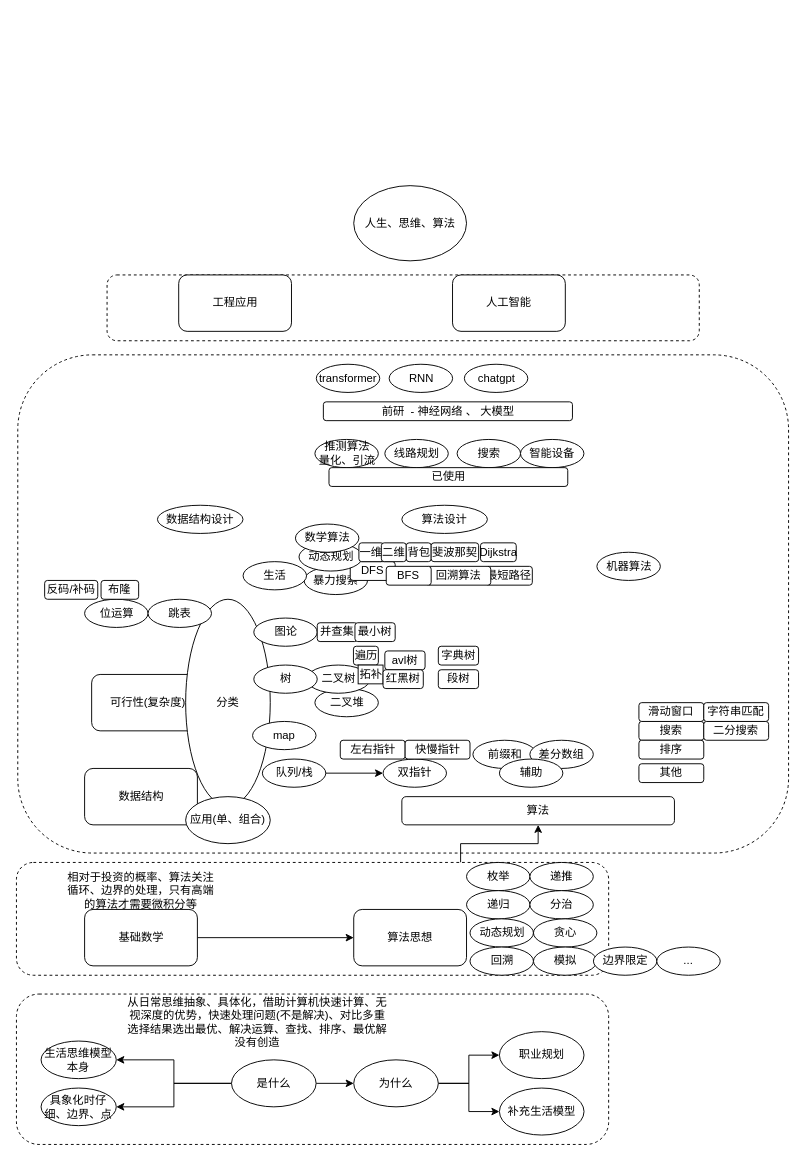
Before: menus/suanfamoxing.drawio in Asamiyaa/microservice-k8s-yun, a draw.io diagram. Source tidied: cells renumbered, new cells numbered last; positions are measured from the earlier drawing's top-left corner, leaving out a move shared by most shapes. Both pictures are drawn from the tidied source at 94%, with x=0, y=0 at pixel (16, 185).
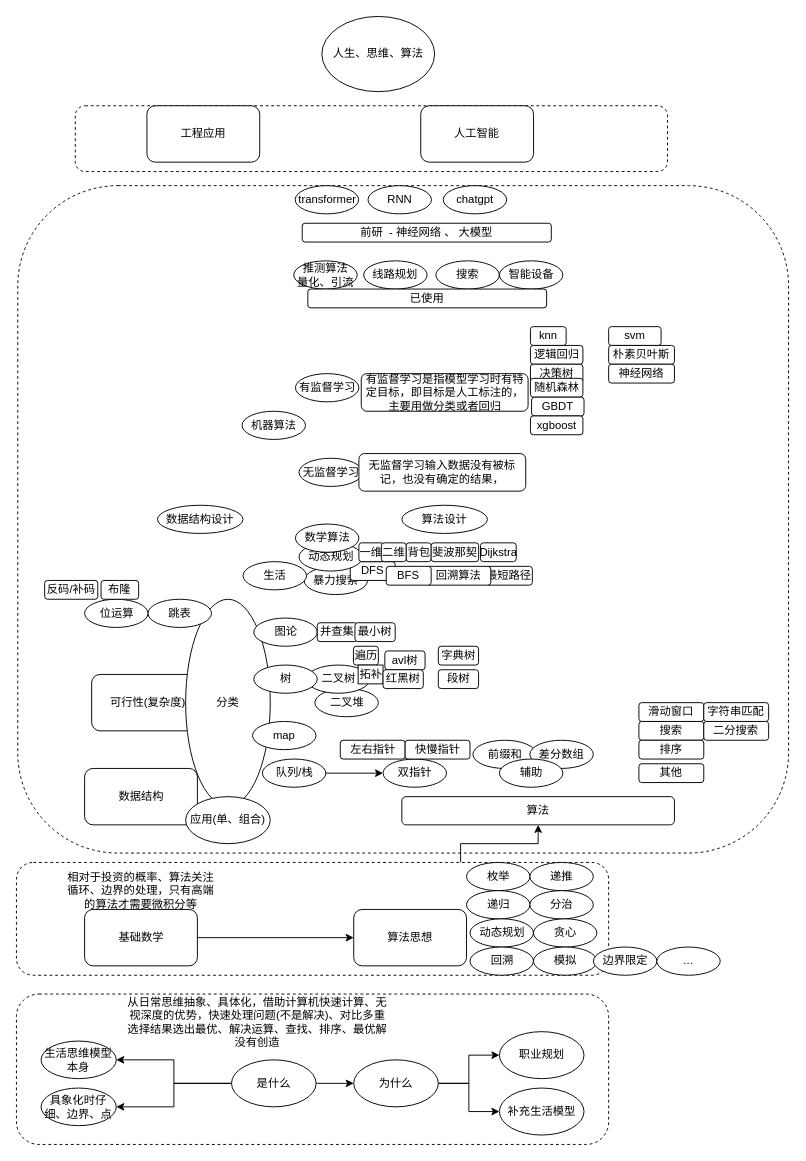
The same diagram, later.

Change to the diagram source:
```diff
@@
     <mxCell id="3" style="rounded=1;whiteSpace=wrap;html=1;dashed=1;" parent="1" vertex="1">
-      <mxGeometry x="96.4" y="95" width="630" height="70" as="geometry" />
+      <mxGeometry x="62.6" y="-85" width="630" height="70" as="geometry" />
     </mxCell>
     <mxCell id="4" style="rounded=1;whiteSpace=wrap;html=1;dashed=1;" parent="1" vertex="1">
-      <mxGeometry x="1.4" y="180" width="820" height="530" as="geometry" />
+      <mxGeometry x="1.4" width="820" height="710" as="geometry" />
     </mxCell>
@@
     <mxCell id="7" value="人生、思维、算法" style="ellipse;whiteSpace=wrap;html=1;" parent="1" vertex="1">
-      <mxGeometry x="358.8" width="120" height="80" as="geometry" />
+      <mxGeometry x="324.9" y="-180" width="120" height="80" as="geometry" />
     </mxCell>
@@
     <mxCell id="10" value="工程应用" style="rounded=1;whiteSpace=wrap;html=1;" parent="1" vertex="1">
-      <mxGeometry x="172.6" y="95" width="120" height="60" as="geometry" />
+      <mxGeometry x="138.8" y="-85" width="120" height="60" as="geometry" />
     </mxCell>
     <mxCell id="11" value="人工智能" style="rounded=1;whiteSpace=wrap;html=1;" parent="1" vertex="1">
-      <mxGeometry x="463.9" y="95" width="120" height="60" as="geometry" />
+      <mxGeometry x="430.1" y="-85" width="120" height="60" as="geometry" />
     </mxCell>
@@
     <mxCell id="73" value="机器算法" style="ellipse;whiteSpace=wrap;html=1;" parent="1" vertex="1">
-      <mxGeometry x="617.5" y="390" width="67.5" height="30" as="geometry" />
+      <mxGeometry x="240" y="240" width="67.5" height="30" as="geometry" />
     </mxCell>
@@
     <mxCell id="75" value="推测算法&lt;br&gt;量化、引流" style="ellipse;whiteSpace=wrap;html=1;" parent="1" vertex="1">
-      <mxGeometry x="317.5" y="270" width="67.5" height="30" as="geometry" />
+      <mxGeometry x="295" y="80" width="67.5" height="30" as="geometry" />
     </mxCell>
     <mxCell id="76" value="线路规划" style="ellipse;whiteSpace=wrap;html=1;" parent="1" vertex="1">
-      <mxGeometry x="391.9" y="270" width="67.5" height="30" as="geometry" />
+      <mxGeometry x="369.4" y="80" width="67.5" height="30" as="geometry" />
     </mxCell>
     <mxCell id="77" value="搜索" style="ellipse;whiteSpace=wrap;html=1;" parent="1" vertex="1">
-      <mxGeometry x="468.8" y="270" width="67.5" height="30" as="geometry" />
+      <mxGeometry x="446.2" y="80" width="67.5" height="30" as="geometry" />
     </mxCell>
     <mxCell id="78" value="智能设备" style="ellipse;whiteSpace=wrap;html=1;" parent="1" vertex="1">
-      <mxGeometry x="536.2" y="270" width="67.5" height="30" as="geometry" />
+      <mxGeometry x="513.8" y="80" width="67.5" height="30" as="geometry" />
     </mxCell>
     <mxCell id="79" value="已使用" style="rounded=1;whiteSpace=wrap;html=1;" parent="1" vertex="1">
-      <mxGeometry x="332.5" y="300" width="254" height="20" as="geometry" />
+      <mxGeometry x="310" y="110" width="254" height="20" as="geometry" />
     </mxCell>
     <mxCell id="80" value="前研&amp;nbsp; - 神经网络 、 大模型" style="rounded=1;whiteSpace=wrap;html=1;" parent="1" vertex="1">
-      <mxGeometry x="326.5" y="230" width="265" height="20" as="geometry" />
+      <mxGeometry x="304" y="40" width="265" height="20" as="geometry" />
     </mxCell>
     <mxCell id="81" value="transformer" style="ellipse;whiteSpace=wrap;html=1;" parent="1" vertex="1">
-      <mxGeometry x="319" y="190" width="67.5" height="30" as="geometry" />
+      <mxGeometry x="296.5" width="67.5" height="30" as="geometry" />
     </mxCell>
     <mxCell id="82" value="RNN" style="ellipse;whiteSpace=wrap;html=1;" parent="1" vertex="1">
-      <mxGeometry x="396.5" y="190" width="67.5" height="30" as="geometry" />
+      <mxGeometry x="374" width="67.5" height="30" as="geometry" />
     </mxCell>
     <mxCell id="83" value="chatgpt" style="ellipse;whiteSpace=wrap;html=1;" parent="1" vertex="1">
-      <mxGeometry x="476.5" y="190" width="67.5" height="30" as="geometry" />
+      <mxGeometry x="454" width="67.5" height="30" as="geometry" />
     </mxCell>
@@
+    <mxCell id="97" value="有监督学习" style="ellipse;whiteSpace=wrap;html=1;" parent="1" vertex="1">
+      <mxGeometry x="296.8" y="200" width="67.5" height="30" as="geometry" />
+    </mxCell>
+    <mxCell id="98" value="无监督学习" style="ellipse;whiteSpace=wrap;html=1;" parent="1" vertex="1">
+      <mxGeometry x="300.6" y="290" width="67.5" height="30" as="geometry" />
+    </mxCell>
+    <mxCell id="99" value="有监督学习是指模型学习时有特定目标，即目标是人工标注的，主要用做分类或者回归" style="rounded=1;whiteSpace=wrap;html=1;" parent="1" vertex="1">
+      <mxGeometry x="366.8" y="200" width="177.5" height="40" as="geometry" />
+    </mxCell>
+    <mxCell id="100" value="knn" style="rounded=1;whiteSpace=wrap;html=1;" parent="1" vertex="1">
+      <mxGeometry x="546.8" y="150" width="38" height="20" as="geometry" />
+    </mxCell>
+    <mxCell id="101" value="逻辑回归" style="rounded=1;whiteSpace=wrap;html=1;" parent="1" vertex="1">
+      <mxGeometry x="546.8" y="170" width="55.8" height="20" as="geometry" />
+    </mxCell>
+    <mxCell id="102" value="决策树" style="rounded=1;whiteSpace=wrap;html=1;" parent="1" vertex="1">
+      <mxGeometry x="546.8" y="190" width="55.8" height="20" as="geometry" />
+    </mxCell>
+    <mxCell id="103" value="随机森林" style="rounded=1;whiteSpace=wrap;html=1;" parent="1" vertex="1">
+      <mxGeometry x="546.8" y="205" width="55.8" height="20" as="geometry" />
+    </mxCell>
+    <mxCell id="104" value="GBDT" style="rounded=1;whiteSpace=wrap;html=1;" parent="1" vertex="1">
+      <mxGeometry x="548" y="225" width="55.8" height="20" as="geometry" />
+    </mxCell>
+    <mxCell id="105" value="xgboost" style="rounded=1;whiteSpace=wrap;html=1;" parent="1" vertex="1">
+      <mxGeometry x="546.8" y="245" width="55.8" height="20" as="geometry" />
+    </mxCell>
+    <mxCell id="106" value="svm" style="rounded=1;whiteSpace=wrap;html=1;" parent="1" vertex="1">
+      <mxGeometry x="630" y="150" width="55.8" height="20" as="geometry" />
+    </mxCell>
+    <mxCell id="107" value="朴素贝叶斯" style="rounded=1;whiteSpace=wrap;html=1;" parent="1" vertex="1">
+      <mxGeometry x="630" y="170" width="70" height="20" as="geometry" />
+    </mxCell>
+    <mxCell id="108" value="神经网络" style="rounded=1;whiteSpace=wrap;html=1;" parent="1" vertex="1">
+      <mxGeometry x="630" y="190" width="70" height="20" as="geometry" />
+    </mxCell>
+    <mxCell id="109" value="无监督学习输入数据没有被标记，也没有确定的结果，" style="rounded=1;whiteSpace=wrap;html=1;" parent="1" vertex="1">
+      <mxGeometry x="364.3" y="285" width="177.5" height="40" as="geometry" />
+    </mxCell>
```
